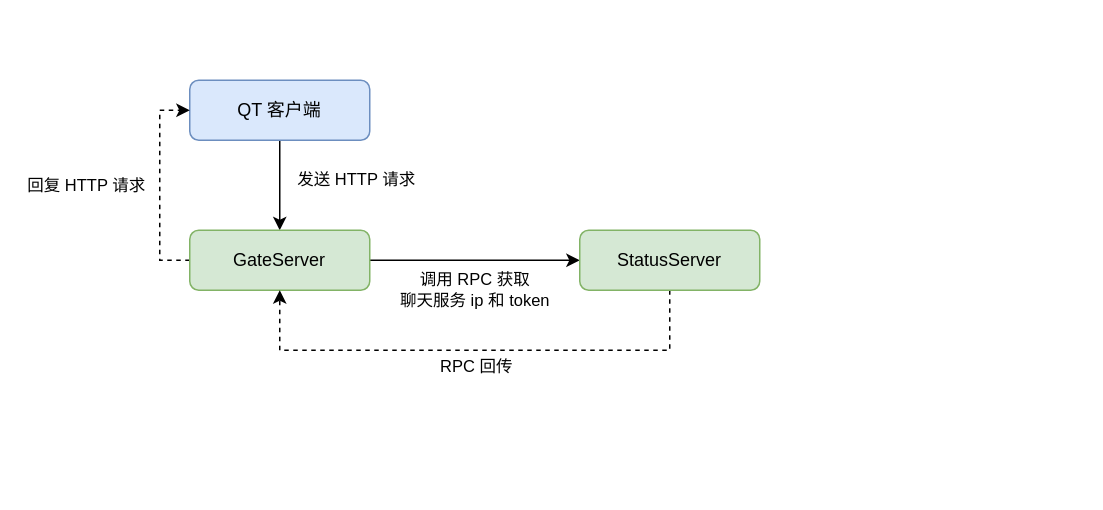
ChnjFan/IMServer keeps this draw.io diagram as docs/pics/Server.drawio. Above is the earlier version. Source tidied: cells renumbered, new cells numbered last; positions are measured from the earlier drawing's top-left corner, leaving out a move shared by most shapes. Both pictures are drawn from the tidied source at 150%, with x=0, y=0 at pixel (189, 80).
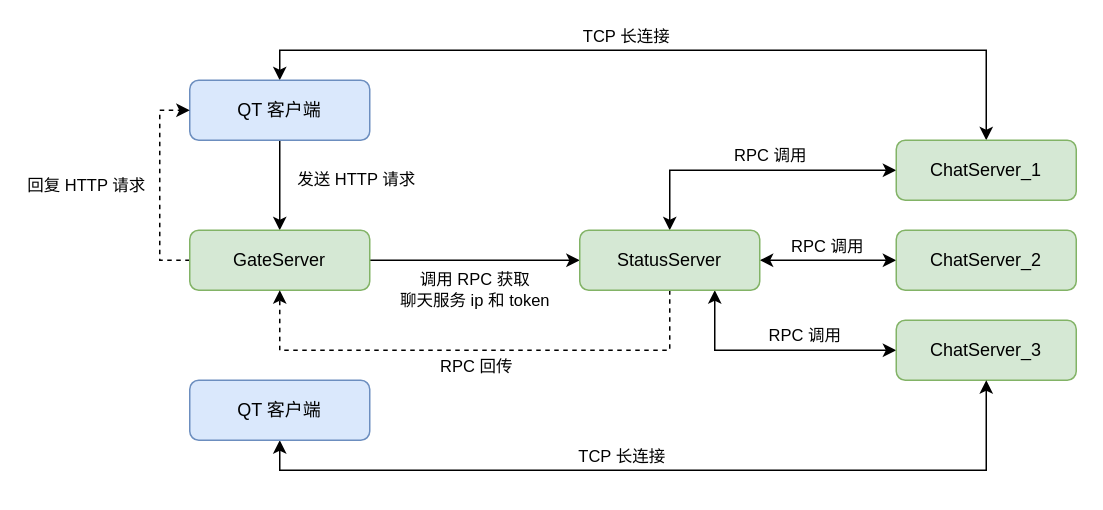
The same page after the edit.

The change refers to these unchanged cells:
```xml
<mxCell id="4" value="QT 客户端" style="rounded=1;whiteSpace=wrap;html=1;fontSize=12;glass=0;strokeWidth=1;shadow=0;fillColor=#dae8fc;strokeColor=#6c8ebf;" parent="1" vertex="1">
  <mxGeometry width="120" height="40" as="geometry" />
</mxCell>
<mxCell id="11" value="StatusServer" style="rounded=1;whiteSpace=wrap;html=1;fontSize=12;glass=0;strokeWidth=1;shadow=0;fillColor=#d5e8d4;strokeColor=#82b366;" parent="1" vertex="1">
  <mxGeometry x="260" y="100" width="120" height="40" as="geometry" />
</mxCell>
```

What changed in the source:
```diff
@@
+    <mxCell id="12" style="edgeStyle=orthogonalEdgeStyle;rounded=0;jettySize=auto;html=1;exitX=0.5;exitY=0;exitDx=0;exitDy=0;entryX=0.5;entryY=0;entryDx=0;entryDy=0;startArrow=classic;startFill=1;" parent="1" edge="1" source="4" target="18">
+      <mxGeometry relative="1" as="geometry" />
+    </mxCell>
+    <mxCell id="13" value="TCP 长连接" style="edgeLabel;html=1;align=center;verticalAlign=middle;" parent="12" vertex="1">
+      <mxGeometry x="-0.15" y="2" relative="1" as="geometry">
+        <mxPoint x="16" y="-8" as="offset" />
+      </mxGeometry>
+    </mxCell>
@@
+    <mxCell id="14" value="RPC 调用" style="edgeStyle=orthogonalEdgeStyle;rounded=0;jettySize=auto;html=1;exitX=0.5;exitY=0;exitDx=0;exitDy=0;entryX=0;entryY=0.5;entryDx=0;entryDy=0;startArrow=classic;startFill=1;" parent="1" edge="1" source="11" target="18">
+      <mxGeometry x="0.12" y="10" relative="1" as="geometry" />
+    </mxCell>
+    <mxCell id="15" style="edgeStyle=orthogonalEdgeStyle;rounded=0;jettySize=auto;html=1;exitX=1;exitY=0.5;exitDx=0;exitDy=0;entryX=0;entryY=0.5;entryDx=0;entryDy=0;startArrow=classic;startFill=1;" parent="1" edge="1" source="11" target="19">
+      <mxGeometry relative="1" as="geometry" />
+    </mxCell>
+    <mxCell id="16" value="RPC 调用" style="edgeLabel;html=1;align=center;verticalAlign=middle;" parent="15" vertex="1">
+      <mxGeometry x="-0.03" y="2" relative="1" as="geometry">
+        <mxPoint y="-8" as="offset" />
+      </mxGeometry>
+    </mxCell>
+    <mxCell id="17" value="RPC 调用" style="edgeStyle=orthogonalEdgeStyle;rounded=0;jettySize=auto;html=1;exitX=0.75;exitY=1;exitDx=0;exitDy=0;entryX=0;entryY=0.5;entryDx=0;entryDy=0;startArrow=classic;startFill=1;" parent="1" edge="1" source="11" target="20">
+      <mxGeometry x="0.24" y="10" relative="1" as="geometry" />
+    </mxCell>
@@
+    <mxCell id="18" value="ChatServer_1" style="rounded=1;whiteSpace=wrap;html=1;fontSize=12;glass=0;strokeWidth=1;shadow=0;fillColor=#d5e8d4;strokeColor=#82b366;" parent="1" vertex="1">
+      <mxGeometry x="471" y="40" width="120" height="40" as="geometry" />
+    </mxCell>
+    <mxCell id="19" value="ChatServer_2" style="rounded=1;whiteSpace=wrap;html=1;fontSize=12;glass=0;strokeWidth=1;shadow=0;fillColor=#d5e8d4;strokeColor=#82b366;" parent="1" vertex="1">
+      <mxGeometry x="471" y="100" width="120" height="40" as="geometry" />
+    </mxCell>
+    <mxCell id="20" value="ChatServer_3" style="rounded=1;whiteSpace=wrap;html=1;fontSize=12;glass=0;strokeWidth=1;shadow=0;fillColor=#d5e8d4;strokeColor=#82b366;" parent="1" vertex="1">
+      <mxGeometry x="471" y="160" width="120" height="40" as="geometry" />
+    </mxCell>
+    <mxCell id="21" style="edgeStyle=orthogonalEdgeStyle;rounded=0;jettySize=auto;html=1;exitX=0.5;exitY=1;exitDx=0;exitDy=0;entryX=0.5;entryY=1;entryDx=0;entryDy=0;startArrow=classic;startFill=1;" parent="1" edge="1" source="23" target="20">
+      <mxGeometry relative="1" as="geometry" />
+    </mxCell>
+    <mxCell id="22" value="TCP 长连接" style="edgeLabel;html=1;align=center;verticalAlign=middle;" parent="21" vertex="1">
+      <mxGeometry x="-0.07" y="-2" relative="1" as="geometry">
+        <mxPoint x="-9" y="-12" as="offset" />
+      </mxGeometry>
+    </mxCell>
+    <mxCell id="23" value="QT 客户端" style="rounded=1;whiteSpace=wrap;html=1;fontSize=12;glass=0;strokeWidth=1;shadow=0;fillColor=#dae8fc;strokeColor=#6c8ebf;" parent="1" vertex="1">
+      <mxGeometry y="200" width="120" height="40" as="geometry" />
+    </mxCell>
```
